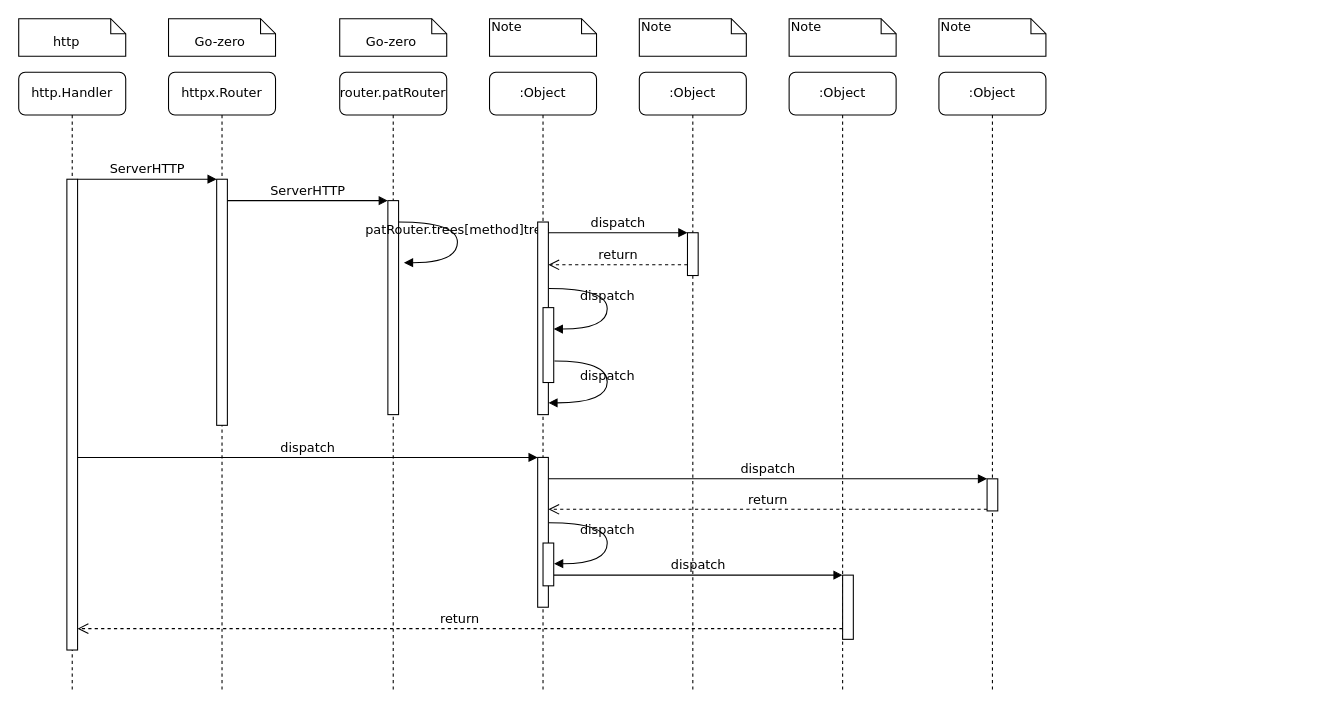
Before: 未命名绘图.drawio in weitrue/d3go, a draw.io diagram. Source tidied: cells renumbered, new cells numbered last; positions are measured from the earlier drawing's top-left corner, leaving out a move shared by most shapes. Both pictures are drawn from the tidied source at 107%, with x=0, y=0 at pixel (18, 18).
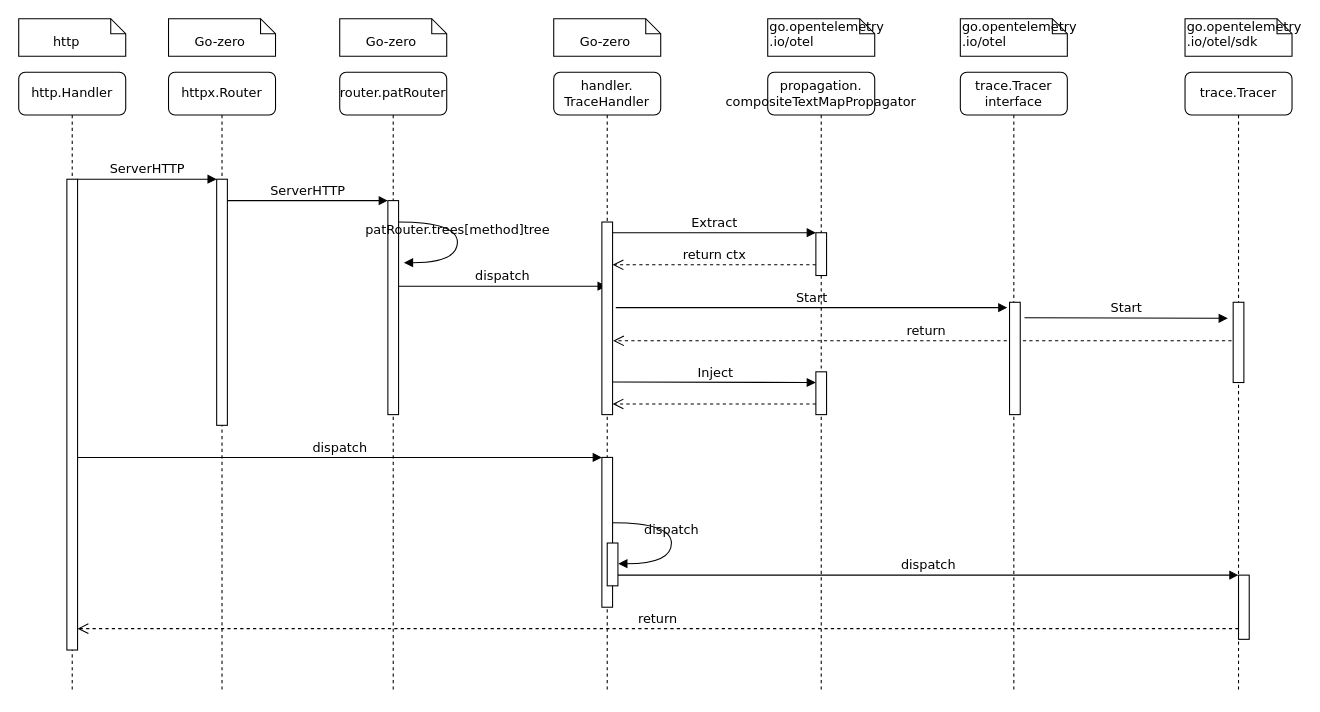
Above is the later version.

Commit message (it also covers changes not shown here):
更新未命名绘图.drawio

The change refers to these unchanged cells:
```xml
<mxCell id="4" value="router.patRouter" style="shape=umlLifeline;perimeter=lifelinePerimeter;whiteSpace=wrap;html=1;rounded=1;shadow=0;comic=0;labelBackgroundColor=none;strokeWidth=1;fontFamily=Verdana;fontSize=12;align=center;" parent="1" vertex="1">
  <mxGeometry x="300" y="50" width="100" height="580" as="geometry" />
</mxCell>
```

Change to the diagram source:
```diff
@@
+    <mxCell id="39" value="dispatch" style="html=1;verticalAlign=bottom;endArrow=block;labelBackgroundColor=none;fontFamily=Verdana;fontSize=12;edgeStyle=elbowEdgeStyle;elbow=vertical;" parent="4" edge="1" target="7">
+      <mxGeometry relative="1" as="geometry">
+        <mxPoint x="55" y="200" as="sourcePoint" />
+      </mxGeometry>
+    </mxCell>
-    <mxCell id="7" value=":Object" style="shape=umlLifeline;perimeter=lifelinePerimeter;whiteSpace=wrap;html=1;outlineConnect=0;rounded=1;shadow=0;comic=0;labelBackgroundColor=none;strokeWidth=1;fontFamily=Verdana;fontSize=12;align=center;" parent="1" vertex="1">
-      <mxGeometry x="440" y="50" width="100" height="580" as="geometry" />
+    <mxCell id="7" value="handler.&lt;br&gt;TraceHandler" style="shape=umlLifeline;perimeter=lifelinePerimeter;whiteSpace=wrap;html=1;outlineConnect=0;rounded=1;shadow=0;comic=0;labelBackgroundColor=none;strokeWidth=1;fontFamily=Verdana;fontSize=12;align=center;" parent="1" vertex="1">
+      <mxGeometry x="500" y="50" width="100" height="580" as="geometry" />
     </mxCell>
-    <mxCell id="8" value=":Object" style="shape=umlLifeline;perimeter=lifelinePerimeter;whiteSpace=wrap;html=1;rounded=1;shadow=0;comic=0;labelBackgroundColor=none;strokeWidth=1;fontFamily=Verdana;fontSize=12;align=center;" parent="1" vertex="1">
-      <mxGeometry x="580" y="50" width="100" height="580" as="geometry" />
-    </mxCell>
-    <mxCell id="9" value=":Object" style="shape=umlLifeline;perimeter=lifelinePerimeter;whiteSpace=wrap;html=1;rounded=1;shadow=0;comic=0;labelBackgroundColor=none;strokeWidth=1;fontFamily=Verdana;fontSize=12;align=center;" parent="1" vertex="1">
-      <mxGeometry x="720" y="50" width="100" height="580" as="geometry" />
-    </mxCell>
-    <mxCell id="10" value=":Object" style="shape=umlLifeline;perimeter=lifelinePerimeter;whiteSpace=wrap;html=1;rounded=1;shadow=0;comic=0;labelBackgroundColor=none;strokeWidth=1;fontFamily=Verdana;fontSize=12;align=center;" parent="1" vertex="1">
-      <mxGeometry x="860" y="50" width="100" height="580" as="geometry" />
-    </mxCell>
+    <mxCell id="21" value="return" style="html=1;verticalAlign=bottom;endArrow=open;dashed=1;endSize=8;labelBackgroundColor=none;fontFamily=Verdana;fontSize=12;" parent="7" edge="1">
+      <mxGeometry relative="1" as="geometry">
+        <mxPoint x="639.5" y="251" as="sourcePoint" />
+        <mxPoint x="55.5" y="251" as="targetPoint" />
+      </mxGeometry>
+    </mxCell>
@@
     <mxCell id="13" style="html=1;points=[];perimeter=orthogonalPerimeter;rounded=0;shadow=0;comic=0;labelBackgroundColor=none;strokeWidth=1;fontFamily=Verdana;fontSize=12;align=center;" parent="1" vertex="1">
-      <mxGeometry x="485" y="190" width="10" height="180" as="geometry" />
+      <mxGeometry x="545" y="190" width="10" height="180" as="geometry" />
     </mxCell>
-    <mxCell id="14" style="html=1;points=[];perimeter=orthogonalPerimeter;rounded=0;shadow=0;comic=0;labelBackgroundColor=none;strokeWidth=1;fontFamily=Verdana;fontSize=12;align=center;" parent="1" vertex="1">
-      <mxGeometry x="625" y="200" width="10" height="40" as="geometry" />
-    </mxCell>
-    <mxCell id="15" value="dispatch" style="html=1;verticalAlign=bottom;endArrow=block;entryX=0;entryY=0;labelBackgroundColor=none;fontFamily=Verdana;fontSize=12;edgeStyle=elbowEdgeStyle;elbow=vertical;" parent="1" edge="1" source="13" target="14">
+    <mxCell id="15" value="Extract" style="html=1;verticalAlign=bottom;endArrow=block;entryX=0;entryY=0;labelBackgroundColor=none;fontFamily=Verdana;fontSize=12;edgeStyle=elbowEdgeStyle;elbow=vertical;" parent="1" edge="1" source="13" target="14">
       <mxGeometry relative="1" as="geometry" />
     </mxCell>
-    <mxCell id="16" value="return" style="html=1;verticalAlign=bottom;endArrow=open;dashed=1;endSize=8;labelBackgroundColor=none;fontFamily=Verdana;fontSize=12;edgeStyle=elbowEdgeStyle;elbow=vertical;" parent="1" edge="1" source="14" target="13">
+    <mxCell id="16" value="return ctx" style="html=1;verticalAlign=bottom;endArrow=open;dashed=1;endSize=8;labelBackgroundColor=none;fontFamily=Verdana;fontSize=12;edgeStyle=elbowEdgeStyle;elbow=vertical;" parent="1" edge="1" source="14" target="13">
       <mxGeometry relative="1" as="geometry">
         <Array as="points">
           <mxPoint x="570" y="230" />
           <mxPoint x="600" y="230" />
         </Array>
       </mxGeometry>
     </mxCell>
     <mxCell id="17" style="html=1;points=[];perimeter=orthogonalPerimeter;rounded=0;shadow=0;comic=0;labelBackgroundColor=none;strokeWidth=1;fontFamily=Verdana;fontSize=12;align=center;" parent="1" vertex="1">
-      <mxGeometry x="485" y="410" width="10" height="140" as="geometry" />
+      <mxGeometry x="545" y="410" width="10" height="140" as="geometry" />
     </mxCell>
@@
-    <mxCell id="19" style="html=1;points=[];perimeter=orthogonalPerimeter;rounded=0;shadow=0;comic=0;labelBackgroundColor=none;strokeColor=#000000;strokeWidth=1;fillColor=#FFFFFF;fontFamily=Verdana;fontSize=12;fontColor=#000000;align=center;" parent="1" vertex="1">
-      <mxGeometry x="905" y="430" width="10" height="30" as="geometry" />
-    </mxCell>
-    <mxCell id="20" value="dispatch" style="html=1;verticalAlign=bottom;endArrow=block;entryX=0;entryY=0;labelBackgroundColor=none;fontFamily=Verdana;fontSize=12;" parent="1" edge="1" source="17" target="19">
-      <mxGeometry relative="1" as="geometry" />
-    </mxCell>
-    <mxCell id="21" value="return" style="html=1;verticalAlign=bottom;endArrow=open;dashed=1;endSize=8;exitX=0;exitY=0.95;labelBackgroundColor=none;fontFamily=Verdana;fontSize=12;" parent="1" edge="1" source="19" target="17">
-      <mxGeometry relative="1" as="geometry" />
-    </mxCell>
-    <mxCell id="22" style="html=1;points=[];perimeter=orthogonalPerimeter;rounded=0;shadow=0;comic=0;labelBackgroundColor=none;strokeWidth=1;fontFamily=Verdana;fontSize=12;align=center;" parent="1" vertex="1">
-      <mxGeometry x="770" y="520" width="10" height="60" as="geometry" />
-    </mxCell>
@@
-    <mxCell id="27" style="html=1;points=[];perimeter=orthogonalPerimeter;rounded=0;shadow=0;comic=0;labelBackgroundColor=none;strokeWidth=1;fontFamily=Verdana;fontSize=12;align=center;" parent="1" vertex="1">
-      <mxGeometry x="490" y="270" width="10" height="70" as="geometry" />
-    </mxCell>
-    <mxCell id="28" value="dispatch" style="html=1;verticalAlign=bottom;endArrow=block;labelBackgroundColor=none;fontFamily=Verdana;fontSize=12;elbow=vertical;edgeStyle=orthogonalEdgeStyle;curved=1;entryX=1;entryY=0.286;entryPerimeter=0;exitX=1.038;exitY=0.345;exitPerimeter=0;" parent="1" edge="1" source="13" target="27">
-      <mxGeometry relative="1" as="geometry">
-        <Array as="points">
-          <mxPoint x="550" y="252" />
-          <mxPoint x="550" y="290" />
-        </Array>
-      </mxGeometry>
-    </mxCell>
-    <mxCell id="29" value="dispatch" style="html=1;verticalAlign=bottom;endArrow=block;labelBackgroundColor=none;fontFamily=Verdana;fontSize=12;elbow=vertical;edgeStyle=orthogonalEdgeStyle;curved=1;exitX=1.066;exitY=0.713;exitPerimeter=0;" parent="1" edge="1" source="27">
-      <mxGeometry relative="1" as="geometry">
-        <mxPoint x="495" y="359" as="targetPoint" />
-        <Array as="points">
-          <mxPoint x="550" y="320" />
-          <mxPoint x="550" y="359" />
-        </Array>
-      </mxGeometry>
-    </mxCell>
     <mxCell id="30" style="html=1;points=[];perimeter=orthogonalPerimeter;rounded=0;shadow=0;comic=0;labelBackgroundColor=none;strokeWidth=1;fontFamily=Verdana;fontSize=12;align=center;" parent="1" vertex="1">
-      <mxGeometry x="490" y="490" width="10" height="40" as="geometry" />
+      <mxGeometry x="550" y="490" width="10" height="40" as="geometry" />
     </mxCell>
     <mxCell id="31" value="dispatch" style="html=1;verticalAlign=bottom;endArrow=block;labelBackgroundColor=none;fontFamily=Verdana;fontSize=12;elbow=vertical;edgeStyle=orthogonalEdgeStyle;curved=1;entryX=1;entryY=0.286;entryPerimeter=0;exitX=1.038;exitY=0.345;exitPerimeter=0;" parent="1" edge="1">
       <mxGeometry relative="1" as="geometry">
-        <mxPoint x="495.3" y="471" as="sourcePoint" />
-        <mxPoint x="500.3" y="509.3" as="targetPoint" />
+        <mxPoint x="555.3" y="471" as="sourcePoint" />
+        <mxPoint x="560.3" y="509.3" as="targetPoint" />
         <Array as="points">
-          <mxPoint x="550" y="471" />
-          <mxPoint x="550" y="509" />
+          <mxPoint x="610" y="471" />
+          <mxPoint x="610" y="509" />
         </Array>
       </mxGeometry>
     </mxCell>
@@
-    <mxCell id="35" value="Note" style="shape=note;whiteSpace=wrap;html=1;size=14;verticalAlign=top;align=left;spacingTop=-6;rounded=0;shadow=0;comic=0;labelBackgroundColor=none;strokeWidth=1;fontFamily=Verdana;fontSize=12;" parent="1" vertex="1">
-      <mxGeometry x="440" width="100" height="35" as="geometry" />
+    <mxCell id="35" value="&lt;br style=&quot;border-color: var(--border-color);&quot;&gt;&amp;nbsp; &amp;nbsp; &amp;nbsp; Go-zero" style="shape=note;whiteSpace=wrap;html=1;size=14;verticalAlign=top;align=left;spacingTop=-6;rounded=0;shadow=0;comic=0;labelBackgroundColor=none;strokeWidth=1;fontFamily=Verdana;fontSize=12;" parent="1" vertex="1">
+      <mxGeometry x="500" width="100" height="35" as="geometry" />
     </mxCell>
+    <mxCell id="40" style="group;" parent="1" vertex="1">
+      <mxGeometry x="555" width="635" height="630" as="geometry" />
+    </mxCell>
+    <mxCell id="20" value="Start" style="html=1;verticalAlign=bottom;endArrow=block;labelBackgroundColor=none;fontFamily=Verdana;fontSize=12;" parent="40" edge="1">
+      <mxGeometry relative="1" as="geometry">
+        <mxPoint x="3" y="270" as="sourcePoint" />
+        <mxPoint x="369" y="270" as="targetPoint" />
+      </mxGeometry>
+    </mxCell>
+    <mxCell id="41" value="Inject" style="html=1;verticalAlign=bottom;endArrow=block;entryX=0;entryY=0;labelBackgroundColor=none;fontFamily=Verdana;fontSize=12;edgeStyle=elbowEdgeStyle;elbow=vertical;" parent="40" edge="1">
+      <mxGeometry relative="1" as="geometry">
+        <mxPoint y="339.5" as="sourcePoint" />
+        <mxPoint x="190" y="339.5" as="targetPoint" />
+      </mxGeometry>
+    </mxCell>
+    <mxCell id="42" style="html=1;verticalAlign=bottom;endArrow=open;dashed=1;endSize=8;labelBackgroundColor=none;fontFamily=Verdana;fontSize=12;edgeStyle=elbowEdgeStyle;elbow=vertical;" parent="40" edge="1">
+      <mxGeometry relative="1" as="geometry">
+        <mxPoint x="190" y="360" as="sourcePoint" />
+        <mxPoint y="360" as="targetPoint" />
+        <Array as="points">
+          <mxPoint x="15" y="360" />
+          <mxPoint x="45" y="360" />
+        </Array>
+      </mxGeometry>
+    </mxCell>
+    <mxCell id="43" style="group;" parent="40" vertex="1">
+      <mxGeometry x="145" width="490" height="630" as="geometry" />
+    </mxCell>
+    <mxCell id="8" value="propagation.&lt;br&gt;compositeTextMapPropagator" style="shape=umlLifeline;perimeter=lifelinePerimeter;whiteSpace=wrap;html=1;rounded=1;shadow=0;comic=0;labelBackgroundColor=none;strokeWidth=1;fontFamily=Verdana;fontSize=12;align=center;" parent="43" vertex="1">
+      <mxGeometry y="50" width="100" height="580" as="geometry" />
+    </mxCell>
+    <mxCell id="44" style="html=1;perimeter=orthogonalPerimeter;rounded=0;shadow=0;comic=0;labelBackgroundColor=none;strokeWidth=1;fontFamily=Verdana;fontSize=12;align=center;" parent="8" vertex="1">
+      <mxGeometry x="45" y="280" width="10" height="40" as="geometry" />
+    </mxCell>
+    <mxCell id="9" value="trace.Tracer" style="shape=umlLifeline;perimeter=lifelinePerimeter;whiteSpace=wrap;html=1;rounded=1;shadow=0;comic=0;labelBackgroundColor=none;strokeWidth=1;fontFamily=Verdana;fontSize=12;align=center;" parent="43" vertex="1">
+      <mxGeometry x="390" y="50" width="100" height="580" as="geometry" />
+    </mxCell>
+    <mxCell id="45" style="html=1;perimeter=orthogonalPerimeter;rounded=0;shadow=0;comic=0;labelBackgroundColor=none;strokeColor=#000000;strokeWidth=1;fillColor=#FFFFFF;fontFamily=Verdana;fontSize=12;fontColor=#000000;align=center;" parent="9" vertex="1">
+      <mxGeometry x="45" y="215" width="10" height="75" as="geometry" />
+    </mxCell>
+    <mxCell id="10" value="trace.Tracer&lt;br&gt;interface" style="shape=umlLifeline;perimeter=lifelinePerimeter;whiteSpace=wrap;html=1;rounded=1;shadow=0;comic=0;labelBackgroundColor=none;strokeWidth=1;fontFamily=Verdana;fontSize=12;align=center;" parent="43" vertex="1">
+      <mxGeometry x="180" y="50" width="100" height="580" as="geometry" />
+    </mxCell>
+    <mxCell id="19" style="html=1;points=[];perimeter=orthogonalPerimeter;rounded=0;shadow=0;comic=0;labelBackgroundColor=none;strokeColor=#000000;strokeWidth=1;fillColor=#FFFFFF;fontFamily=Verdana;fontSize=12;fontColor=#000000;align=center;" parent="10" vertex="1">
+      <mxGeometry x="46" y="215" width="10" height="105" as="geometry" />
+    </mxCell>
+    <mxCell id="14" style="html=1;points=[];perimeter=orthogonalPerimeter;rounded=0;shadow=0;comic=0;labelBackgroundColor=none;strokeWidth=1;fontFamily=Verdana;fontSize=12;align=center;" parent="43" vertex="1">
+      <mxGeometry x="45" y="200" width="10" height="40" as="geometry" />
+    </mxCell>
+    <mxCell id="22" style="html=1;points=[];perimeter=orthogonalPerimeter;rounded=0;shadow=0;comic=0;labelBackgroundColor=none;strokeWidth=1;fontFamily=Verdana;fontSize=12;align=center;" parent="43" vertex="1">
+      <mxGeometry x="440" y="520" width="10" height="60" as="geometry" />
+    </mxCell>
-    <mxCell id="36" value="Note" style="shape=note;whiteSpace=wrap;html=1;size=14;verticalAlign=top;align=left;spacingTop=-6;rounded=0;shadow=0;comic=0;labelBackgroundColor=none;strokeWidth=1;fontFamily=Verdana;fontSize=12;" parent="1" vertex="1">
-      <mxGeometry x="580" width="100" height="35" as="geometry" />
+    <mxCell id="36" value="go.opentelemetry&lt;br&gt;.io/otel" style="shape=note;whiteSpace=wrap;html=1;size=14;verticalAlign=top;align=left;spacingTop=-6;rounded=0;shadow=0;comic=0;labelBackgroundColor=none;strokeWidth=1;fontFamily=Verdana;fontSize=12;" parent="43" vertex="1">
+      <mxGeometry width="100" height="35" as="geometry" />
     </mxCell>
-    <mxCell id="37" value="Note" style="shape=note;whiteSpace=wrap;html=1;size=14;verticalAlign=top;align=left;spacingTop=-6;rounded=0;shadow=0;comic=0;labelBackgroundColor=none;strokeWidth=1;fontFamily=Verdana;fontSize=12;" parent="1" vertex="1">
-      <mxGeometry x="720" width="100" height="35" as="geometry" />
+    <mxCell id="37" value="go.opentelemetry&lt;br style=&quot;border-color: var(--border-color);&quot;&gt;.io/otel/sdk" style="shape=note;whiteSpace=wrap;html=1;size=14;verticalAlign=top;align=left;spacingTop=-6;rounded=0;shadow=0;comic=0;labelBackgroundColor=none;strokeWidth=1;fontFamily=Verdana;fontSize=12;" parent="43" vertex="1">
+      <mxGeometry x="390" width="100" height="35" as="geometry" />
     </mxCell>
-    <mxCell id="38" value="Note" style="shape=note;whiteSpace=wrap;html=1;size=14;verticalAlign=top;align=left;spacingTop=-6;rounded=0;shadow=0;comic=0;labelBackgroundColor=none;strokeWidth=1;fontFamily=Verdana;fontSize=12;" parent="1" vertex="1">
-      <mxGeometry x="860" width="100" height="35" as="geometry" />
+    <mxCell id="38" value="go.opentelemetry&lt;br style=&quot;border-color: var(--border-color);&quot;&gt;.io/otel" style="shape=note;whiteSpace=wrap;html=1;size=14;verticalAlign=top;align=left;spacingTop=-6;rounded=0;shadow=0;comic=0;labelBackgroundColor=none;strokeWidth=1;fontFamily=Verdana;fontSize=12;" parent="43" vertex="1">
+      <mxGeometry x="180" width="100" height="35" as="geometry" />
     </mxCell>
+    <mxCell id="46" value="Start" style="html=1;verticalAlign=bottom;endArrow=block;labelBackgroundColor=none;fontFamily=Verdana;fontSize=12;" parent="43" edge="1">
+      <mxGeometry relative="1" as="geometry">
+        <mxPoint x="240" y="279.5" as="sourcePoint" />
+        <mxPoint x="430" y="280" as="targetPoint" />
+      </mxGeometry>
+    </mxCell>
```
